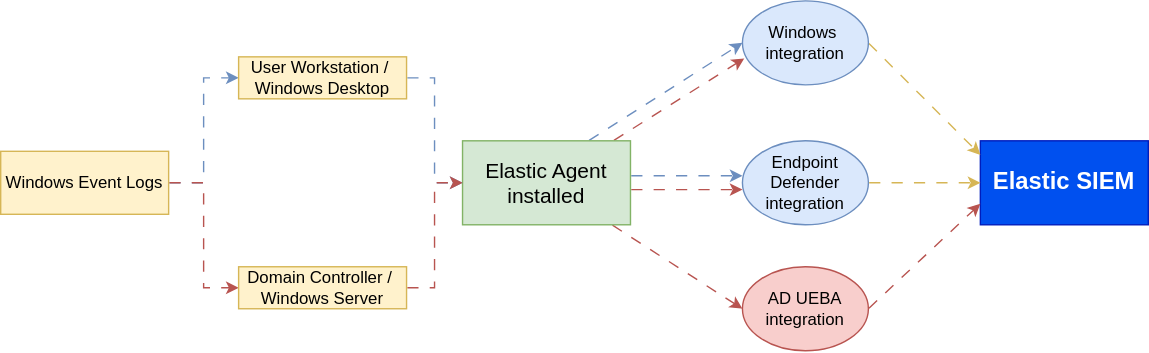
The draw.io diagram images/elasticsiem/winevent1.svg in phamthanhsang-cs/SOC-in-my-Pocket, before a commit. Source tidied: cells renumbered, new cells last; positions are measured from the earlier drawing's top-left corner, leaving out a move shared by most shapes.
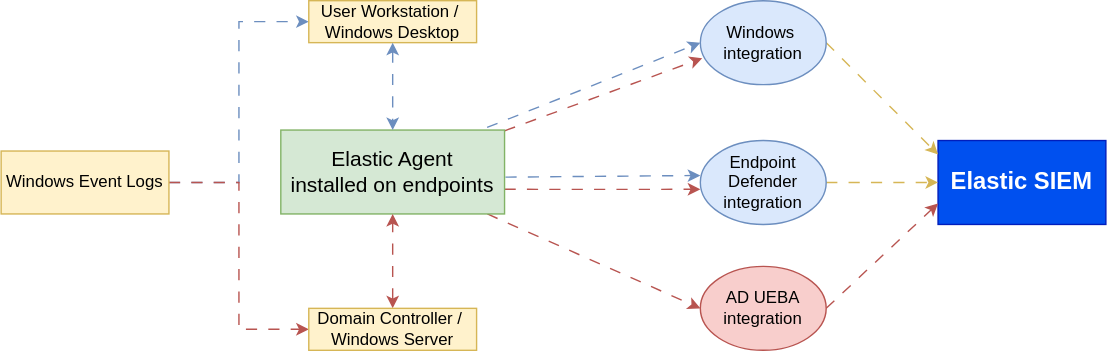
After the commit.

What changed in the source:
```diff
@@ -9,7 +9,7 @@
       <mxGeometry relative="1" as="geometry" />
     </mxCell>
     <mxCell id="4" value="Windows Event Logs" style="rounded=0;whiteSpace=wrap;html=1;fillColor=#fff2cc;strokeColor=#d6b656;" parent="1" vertex="1">
-      <mxGeometry y="107.5" width="120" height="45" as="geometry" />
+      <mxGeometry x="30" y="107.5" width="120" height="45" as="geometry" />
     </mxCell>
     <mxCell id="5" value="&lt;b&gt;&lt;font style=&quot;font-size: 17px;&quot;&gt;Elastic SIEM&lt;/font&gt;&lt;/b&gt;" style="rounded=0;whiteSpace=wrap;html=1;fillColor=#0050ef;strokeColor=#001DBC;fontColor=#ffffff;" parent="1" vertex="1">
       <mxGeometry x="700" y="100" width="120" height="60" as="geometry" />
@@ -26,41 +26,36 @@
     <mxCell id="9" value="Endpoint&lt;div&gt;Defender&lt;/div&gt;&lt;div&gt;integration&lt;/div&gt;" style="ellipse;whiteSpace=wrap;html=1;fillColor=#dae8fc;strokeColor=#6c8ebf;" parent="1" vertex="1">
       <mxGeometry x="530" y="100" width="90" height="60" as="geometry" />
     </mxCell>
-    <mxCell id="10" style="rounded=0;jettySize=auto;html=1;entryX=0;entryY=0.5;entryDx=0;entryDy=0;exitX=0.75;exitY=0;exitDx=0;exitDy=0;fillColor=#dae8fc;strokeColor=#6c8ebf;flowAnimation=1;" parent="1" edge="1" source="15" target="7">
-      <mxGeometry relative="1" as="geometry" />
-    </mxCell>
-    <mxCell id="11" style="rounded=0;orthogonalLoop=1;jettySize=auto;html=1;entryX=0;entryY=0.5;entryDx=0;entryDy=0;fillColor=#dae8fc;strokeColor=#6c8ebf;flowAnimation=1;" parent="1" edge="1">
-      <mxGeometry relative="1" as="geometry">
-        <mxPoint x="450" y="125" as="sourcePoint" />
-        <mxPoint x="530" y="125" as="targetPoint" />
-      </mxGeometry>
-    </mxCell>
-    <mxCell id="12" style="rounded=0;jettySize=auto;html=1;entryX=0;entryY=0.5;entryDx=0;entryDy=0;fillColor=#f8cecc;strokeColor=#b85450;flowAnimation=1;" parent="1" edge="1" source="15" target="21">
-      <mxGeometry relative="1" as="geometry" />
-    </mxCell>
-    <mxCell id="13" style="rounded=0;jettySize=auto;html=1;entryX=0.015;entryY=0.685;entryDx=0;entryDy=0;entryPerimeter=0;fillColor=#f8cecc;strokeColor=#b85450;flowAnimation=1;" parent="1" edge="1" source="15" target="7">
-      <mxGeometry relative="1" as="geometry" />
-    </mxCell>
-    <mxCell id="14" style="edgeStyle=orthogonalEdgeStyle;rounded=0;orthogonalLoop=1;jettySize=auto;html=1;entryX=0;entryY=0.5;entryDx=0;entryDy=0;fillColor=#f8cecc;strokeColor=#b85450;flowAnimation=1;" parent="1" edge="1">
-      <mxGeometry relative="1" as="geometry">
-        <mxPoint x="450" y="134.9" as="sourcePoint" />
-        <mxPoint x="530" y="134.9" as="targetPoint" />
-      </mxGeometry>
-    </mxCell>
-    <mxCell id="15" value="&lt;span style=&quot;font-size: 15px;&quot;&gt;Elastic Agent&lt;/span&gt;&lt;div&gt;&lt;span style=&quot;font-size: 15px;&quot;&gt;installed&lt;/span&gt;&lt;/div&gt;" style="rounded=0;whiteSpace=wrap;html=1;fillColor=#d5e8d4;strokeColor=#82b366;" parent="1" vertex="1">
-      <mxGeometry x="330" y="100" width="120" height="60" as="geometry" />
-    </mxCell>
-    <mxCell id="16" style="edgeStyle=orthogonalEdgeStyle;rounded=0;jettySize=auto;html=1;entryX=0;entryY=0.5;entryDx=0;entryDy=0;fillColor=#dae8fc;strokeColor=#6c8ebf;flowAnimation=1;" parent="1" edge="1" source="17" target="15">
-      <mxGeometry relative="1" as="geometry" />
-    </mxCell>
+    <mxCell id="22" style="rounded=0;jettySize=auto;html=1;entryX=0;entryY=0.5;entryDx=0;entryDy=0;exitX=0.922;exitY=-0.031;exitDx=0;exitDy=0;fillColor=#dae8fc;strokeColor=#6c8ebf;flowAnimation=1;exitPerimeter=0;" parent="1" edge="1" source="27" target="7">
+      <mxGeometry relative="1" as="geometry" />
+    </mxCell>
+    <mxCell id="23" style="rounded=0;jettySize=auto;html=1;entryX=0;entryY=0.5;entryDx=0;entryDy=0;fillColor=#dae8fc;strokeColor=#6c8ebf;flowAnimation=1;exitX=1.004;exitY=0.561;exitDx=0;exitDy=0;exitPerimeter=0;" parent="1" edge="1" source="27">
+      <mxGeometry relative="1" as="geometry">
+        <mxPoint x="530" y="125" as="targetPoint" />
+      </mxGeometry>
+    </mxCell>
+    <mxCell id="24" style="rounded=0;jettySize=auto;html=1;entryX=0;entryY=0.5;entryDx=0;entryDy=0;fillColor=#f8cecc;strokeColor=#b85450;flowAnimation=1;" parent="1" edge="1" source="27" target="21">
+      <mxGeometry relative="1" as="geometry" />
+    </mxCell>
+    <mxCell id="25" style="rounded=0;jettySize=auto;html=1;entryX=0.015;entryY=0.685;entryDx=0;entryDy=0;entryPerimeter=0;fillColor=#f8cecc;strokeColor=#b85450;flowAnimation=1;" parent="1" edge="1" source="27" target="7">
+      <mxGeometry relative="1" as="geometry" />
+    </mxCell>
+    <mxCell id="26" style="edgeStyle=orthogonalEdgeStyle;rounded=0;jettySize=auto;html=1;entryX=0;entryY=0.5;entryDx=0;entryDy=0;fillColor=#f8cecc;strokeColor=#b85450;flowAnimation=1;exitX=1;exitY=0.706;exitDx=0;exitDy=0;exitPerimeter=0;" parent="1" edge="1" source="27">
+      <mxGeometry relative="1" as="geometry">
+        <mxPoint x="530" y="134.9" as="targetPoint" />
+      </mxGeometry>
+    </mxCell>
+    <mxCell id="27" value="&lt;span style=&quot;font-size: 15px;&quot;&gt;Elastic Agent&lt;/span&gt;&lt;div&gt;&lt;span style=&quot;font-size: 15px;&quot;&gt;installed on endpoints&lt;/span&gt;&lt;/div&gt;" style="rounded=0;whiteSpace=wrap;html=1;fillColor=#d5e8d4;strokeColor=#82b366;" parent="1" vertex="1">
+      <mxGeometry x="230" y="92.5" width="160" height="60" as="geometry" />
+    </mxCell>
     <mxCell id="17" value="User Workstation /&amp;nbsp;&lt;div&gt;Windows Desktop&lt;/div&gt;" style="rounded=0;whiteSpace=wrap;html=1;fillColor=#fff2cc;strokeColor=#d6b656;" parent="1" vertex="1">
-      <mxGeometry x="170" y="40" width="120" height="30" as="geometry" />
+      <mxGeometry x="250" width="120" height="30" as="geometry" />
     </mxCell>
-    <mxCell id="18" style="edgeStyle=orthogonalEdgeStyle;rounded=0;jettySize=auto;html=1;entryX=0;entryY=0.5;entryDx=0;entryDy=0;fillColor=#f8cecc;strokeColor=#b85450;flowAnimation=1;" parent="1" edge="1" source="19" target="15">
-      <mxGeometry relative="1" as="geometry" />
-    </mxCell>
+    <mxCell id="28" style="edgeStyle=orthogonalEdgeStyle;rounded=0;jettySize=auto;html=1;entryX=0.5;entryY=1;entryDx=0;entryDy=0;startArrow=classic;startFill=1;flowAnimation=1;fillColor=#f8cecc;strokeColor=#b85450;" parent="1" edge="1" source="19" target="27">
+      <mxGeometry relative="1" as="geometry" />
+    </mxCell>
     <mxCell id="19" value="Domain Controller /&amp;nbsp;&lt;div&gt;Windows Server&lt;/div&gt;" style="rounded=0;whiteSpace=wrap;html=1;fillColor=#fff2cc;strokeColor=#d6b656;" parent="1" vertex="1">
-      <mxGeometry x="170" y="190" width="120" height="30" as="geometry" />
+      <mxGeometry x="250" y="220" width="120" height="30" as="geometry" />
     </mxCell>
     <mxCell id="20" style="rounded=0;jettySize=auto;html=1;entryX=0;entryY=0.75;entryDx=0;entryDy=0;exitX=1;exitY=0.5;exitDx=0;exitDy=0;fillColor=#f8cecc;strokeColor=#b85450;flowAnimation=1;" parent="1" edge="1" source="21" target="5">
       <mxGeometry relative="1" as="geometry" />
@@ -68,5 +63,8 @@
     <mxCell id="21" value="AD UEBA&lt;div&gt;integration&lt;/div&gt;" style="ellipse;whiteSpace=wrap;html=1;fillColor=#f8cecc;strokeColor=#b85450;" parent="1" vertex="1">
       <mxGeometry x="530" y="190" width="90" height="60" as="geometry" />
     </mxCell>
+    <mxCell id="29" style="edgeStyle=orthogonalEdgeStyle;rounded=0;jettySize=auto;html=1;entryX=0.5;entryY=0;entryDx=0;entryDy=0;startArrow=classic;startFill=1;flowAnimation=1;fillColor=#dae8fc;strokeColor=#6c8ebf;" parent="1" edge="1" source="17" target="27">
+      <mxGeometry relative="1" as="geometry" />
+    </mxCell>
   </root>
 </mxGraphModel>
```
